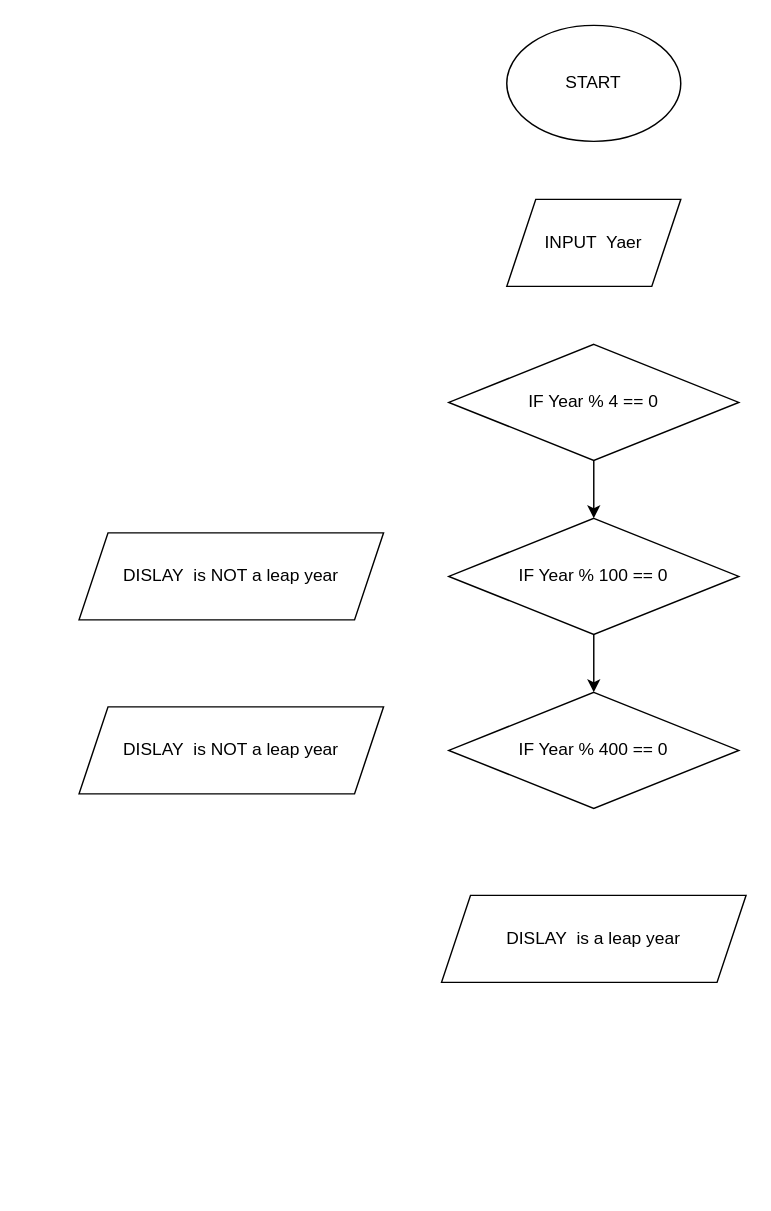
This is SESSION_07/Class/Ex_06.dio from dangvomytan/FrondEnd_Basic, a draw.io file, before an edit. Source tidied: cells renumbered, new cells numbered last; positions are measured from the earlier drawing's top-left corner, leaving out a move shared by most shapes. Both pictures are drawn from the tidied source at 145%, with x=0, y=0 at pixel (78, 25).
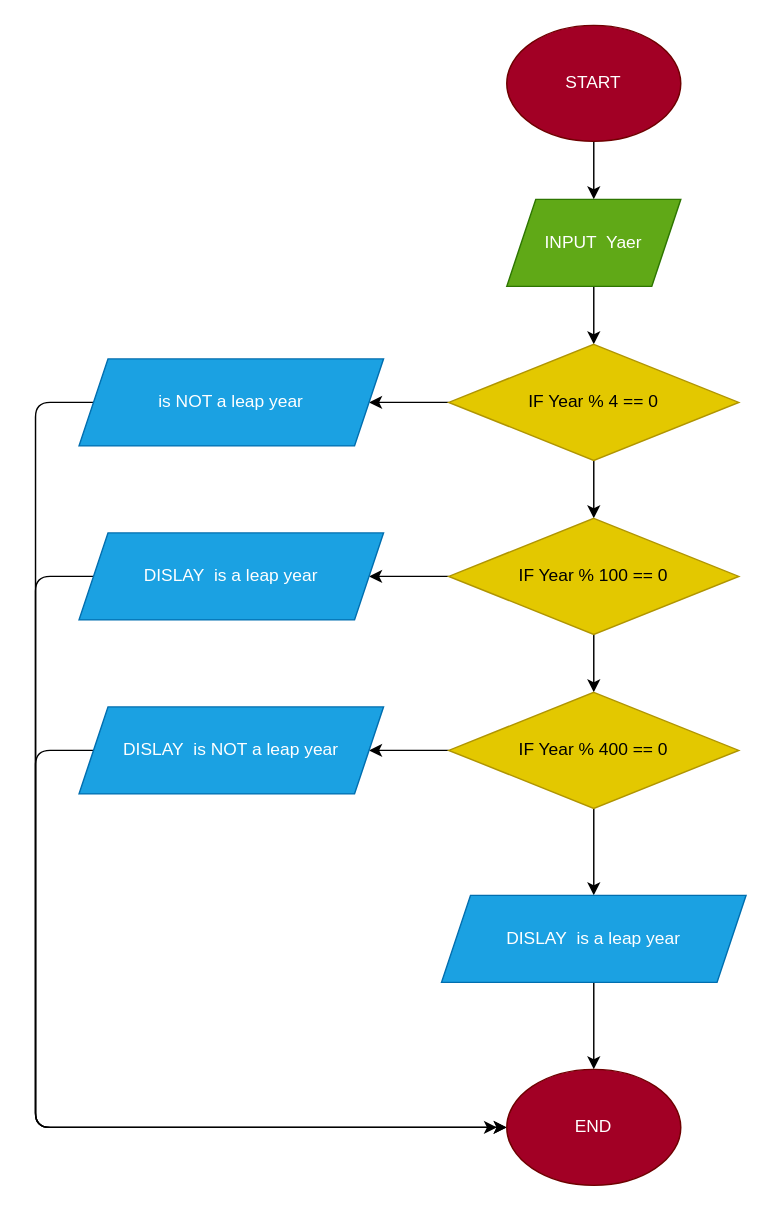
The same page after the edit.

The edit, as a diff of the source:
```diff
@@
+    <mxCell id="12" style="edgeStyle=none;html=1;" parent="1" edge="1" source="2" target="3">
+      <mxGeometry relative="1" as="geometry" />
+    </mxCell>
-    <mxCell id="2" value="START" style="ellipse;whiteSpace=wrap;html=1;" parent="1" vertex="1">
+    <mxCell id="2" value="START" style="ellipse;whiteSpace=wrap;html=1;fillColor=#a20025;fontColor=#ffffff;strokeColor=#6F0000;" parent="1" vertex="1">
       <mxGeometry x="295" width="120" height="80" as="geometry" />
     </mxCell>
+    <mxCell id="13" style="edgeStyle=none;html=1;" parent="1" edge="1" source="3" target="5">
+      <mxGeometry relative="1" as="geometry" />
+    </mxCell>
-    <mxCell id="3" value="INPUT&amp;nbsp; Yaer" style="shape=parallelogram;perimeter=parallelogramPerimeter;whiteSpace=wrap;html=1;fixedSize=1;" parent="1" vertex="1">
+    <mxCell id="3" value="INPUT&amp;nbsp; Yaer" style="shape=parallelogram;perimeter=parallelogramPerimeter;whiteSpace=wrap;html=1;fixedSize=1;fillColor=#60a917;fontColor=#ffffff;strokeColor=#2D7600;" parent="1" vertex="1">
       <mxGeometry x="295" y="120" width="120" height="60" as="geometry" />
     </mxCell>
@@
+    <mxCell id="14" style="edgeStyle=none;html=1;" parent="1" edge="1" source="5" target="22">
+      <mxGeometry relative="1" as="geometry" />
+    </mxCell>
-    <mxCell id="5" value="IF Year % 4 == 0" style="rhombus;whiteSpace=wrap;html=1;" parent="1" vertex="1">
+    <mxCell id="5" value="IF Year % 4 == 0" style="rhombus;whiteSpace=wrap;html=1;fillColor=#e3c800;fontColor=#000000;strokeColor=#B09500;" parent="1" vertex="1">
       <mxGeometry x="255" y="220" width="200" height="80" as="geometry" />
     </mxCell>
@@
+    <mxCell id="15" style="edgeStyle=none;html=1;" parent="1" edge="1" source="7" target="11">
+      <mxGeometry relative="1" as="geometry" />
+    </mxCell>
-    <mxCell id="7" value="IF Year % 100 == 0" style="rhombus;whiteSpace=wrap;html=1;" parent="1" vertex="1">
+    <mxCell id="7" value="IF Year % 100 == 0" style="rhombus;whiteSpace=wrap;html=1;fillColor=#e3c800;fontColor=#000000;strokeColor=#B09500;" parent="1" vertex="1">
       <mxGeometry x="255" y="340" width="200" height="80" as="geometry" />
     </mxCell>
+    <mxCell id="16" style="edgeStyle=none;html=1;exitX=0.5;exitY=1;exitDx=0;exitDy=0;entryX=0.5;entryY=0;entryDx=0;entryDy=0;" parent="1" edge="1" source="8" target="9">
+      <mxGeometry relative="1" as="geometry" />
+    </mxCell>
+    <mxCell id="17" style="edgeStyle=none;html=1;exitX=0;exitY=0.5;exitDx=0;exitDy=0;" parent="1" edge="1" source="8" target="10">
+      <mxGeometry relative="1" as="geometry" />
+    </mxCell>
-    <mxCell id="8" value="IF Year % 400 == 0" style="rhombus;whiteSpace=wrap;html=1;" parent="1" vertex="1">
+    <mxCell id="8" value="IF Year % 400 == 0" style="rhombus;whiteSpace=wrap;html=1;fillColor=#e3c800;fontColor=#000000;strokeColor=#B09500;" parent="1" vertex="1">
       <mxGeometry x="255" y="460" width="200" height="80" as="geometry" />
     </mxCell>
+    <mxCell id="18" style="edgeStyle=none;html=1;entryX=0.5;entryY=0;entryDx=0;entryDy=0;" parent="1" edge="1" source="9" target="23">
+      <mxGeometry relative="1" as="geometry" />
+    </mxCell>
-    <mxCell id="9" value="DISLAY&amp;nbsp; is a leap year" style="shape=parallelogram;perimeter=parallelogramPerimeter;whiteSpace=wrap;html=1;fixedSize=1;" parent="1" vertex="1">
+    <mxCell id="9" value="DISLAY&amp;nbsp; is a leap year" style="shape=parallelogram;perimeter=parallelogramPerimeter;whiteSpace=wrap;html=1;fixedSize=1;fillColor=#1ba1e2;fontColor=#ffffff;strokeColor=#006EAF;" parent="1" vertex="1">
       <mxGeometry x="250" y="600" width="210" height="60" as="geometry" />
     </mxCell>
+    <mxCell id="19" style="edgeStyle=none;html=1;" parent="1" edge="1" source="10" target="23">
+      <mxGeometry relative="1" as="geometry">
+        <Array as="points">
+          <mxPoint x="-30" y="500" />
+          <mxPoint x="-30" y="760" />
+        </Array>
+      </mxGeometry>
+    </mxCell>
-    <mxCell id="10" value="DISLAY&amp;nbsp;&amp;nbsp;is NOT a leap year" style="shape=parallelogram;perimeter=parallelogramPerimeter;whiteSpace=wrap;html=1;fixedSize=1;" parent="1" vertex="1">
+    <mxCell id="10" value="DISLAY&amp;nbsp;&amp;nbsp;is NOT a leap year" style="shape=parallelogram;perimeter=parallelogramPerimeter;whiteSpace=wrap;html=1;fixedSize=1;fillColor=#1ba1e2;fontColor=#ffffff;strokeColor=#006EAF;" parent="1" vertex="1">
       <mxGeometry y="470" width="210" height="60" as="geometry" />
     </mxCell>
+    <mxCell id="20" style="edgeStyle=none;html=1;entryX=0;entryY=0.5;entryDx=0;entryDy=0;" parent="1" edge="1" source="11" target="23">
+      <mxGeometry relative="1" as="geometry">
+        <Array as="points">
+          <mxPoint x="-30" y="380" />
+          <mxPoint x="-30" y="760" />
+        </Array>
+      </mxGeometry>
+    </mxCell>
-    <mxCell id="11" value="DISLAY&amp;nbsp;&amp;nbsp;is NOT a leap year" style="shape=parallelogram;perimeter=parallelogramPerimeter;whiteSpace=wrap;html=1;fixedSize=1;" parent="1" vertex="1">
+    <mxCell id="11" value="DISLAY&amp;nbsp;&amp;nbsp;is a leap year" style="shape=parallelogram;perimeter=parallelogramPerimeter;whiteSpace=wrap;html=1;fixedSize=1;fillColor=#1ba1e2;fontColor=#ffffff;strokeColor=#006EAF;" parent="1" vertex="1">
       <mxGeometry y="350" width="210" height="60" as="geometry" />
     </mxCell>
+    <mxCell id="21" style="edgeStyle=none;html=1;" parent="1" edge="1" source="22">
+      <mxGeometry relative="1" as="geometry">
+        <mxPoint x="288.3" y="760" as="targetPoint" />
+        <Array as="points">
+          <mxPoint x="-30" y="260" />
+          <mxPoint x="-30" y="760" />
+        </Array>
+      </mxGeometry>
+    </mxCell>
+    <mxCell id="22" value=" is NOT a leap year" style="shape=parallelogram;perimeter=parallelogramPerimeter;whiteSpace=wrap;html=1;fixedSize=1;fillColor=#1ba1e2;fontColor=#ffffff;strokeColor=#006EAF;" parent="1" vertex="1">
+      <mxGeometry y="230" width="210" height="60" as="geometry" />
+    </mxCell>
+    <mxCell id="23" value="END" style="ellipse;whiteSpace=wrap;html=1;fillColor=#a20025;fontColor=#ffffff;strokeColor=#6F0000;" parent="1" vertex="1">
+      <mxGeometry x="295" y="720" width="120" height="80" as="geometry" />
+    </mxCell>
```
